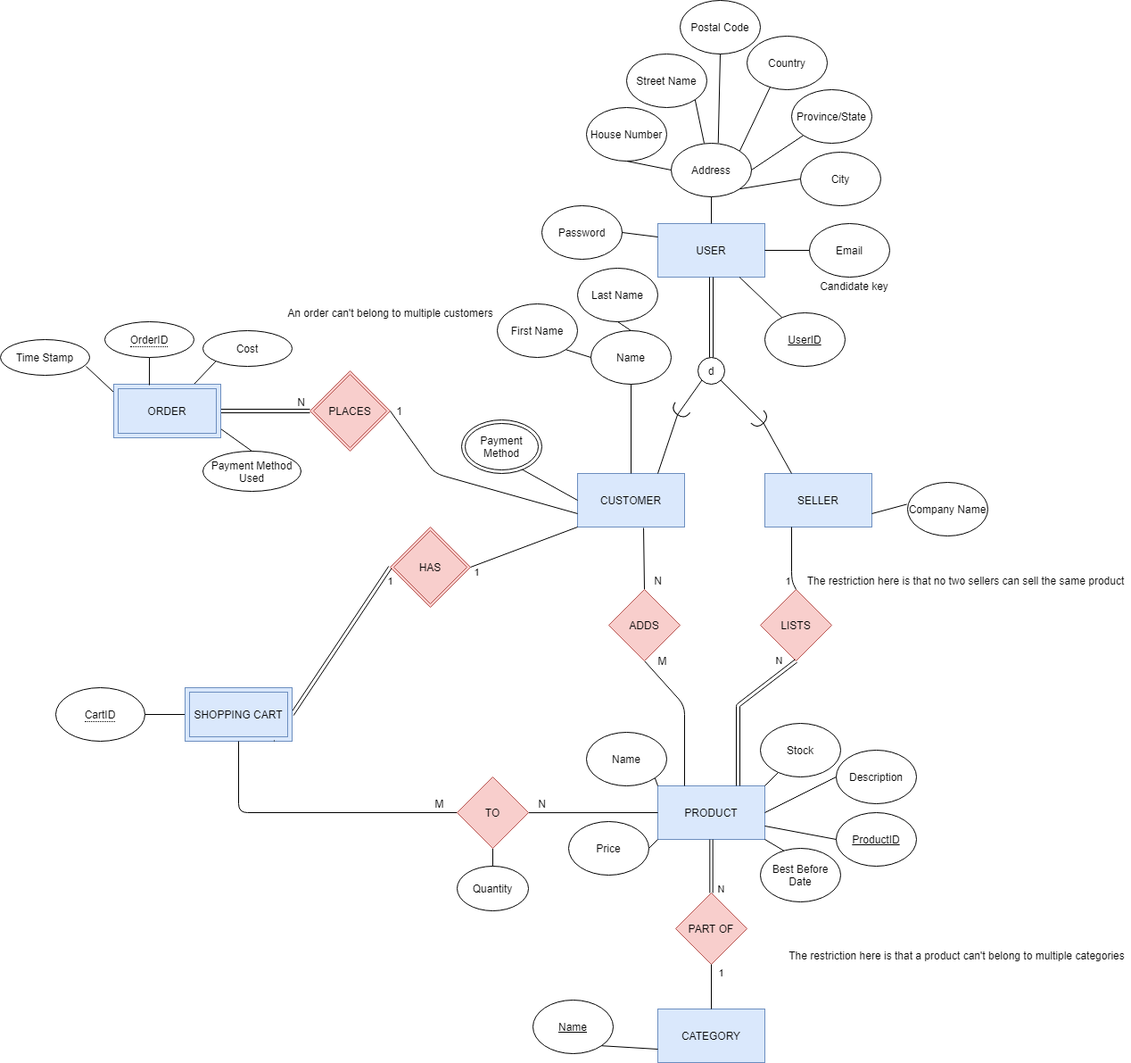
This is Phase1_EER.png from GrocerEase-354/GrocerEase, a draw.io export, as it was before one commit. Source tidied: cells renumbered, new cells last; positions are measured from the earlier drawing's top-left corner, leaving out a move shared by most shapes.
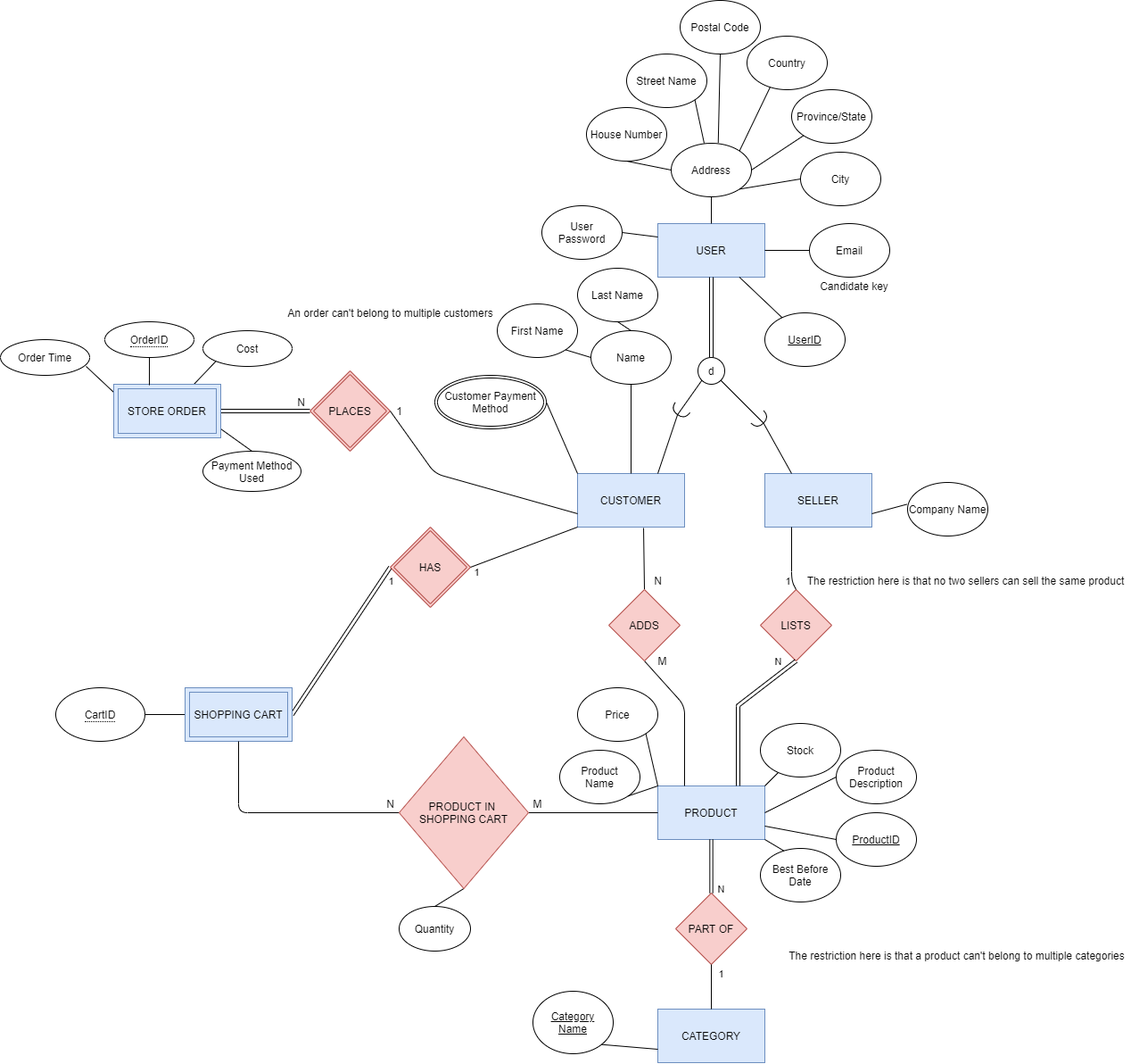
After the change.

Commit message:
Update ER diagram to reflect changes due to SQL dump

The edit, as a diff of the source:
```diff
@@ -170,12 +170,6 @@
     <mxCell id="51" style="endArrow=none;html=1;entryX=0;entryY=0.5;entryDx=0;entryDy=0;exitX=1;exitY=1;exitDx=0;exitDy=0;" parent="1" edge="1" source="40" target="45">
       <mxGeometry relative="1" as="geometry" />
     </mxCell>
-    <mxCell id="52" style="endArrow=none;html=1;entryX=0.744;entryY=0.917;entryDx=0;entryDy=0;exitX=0;exitY=0.5;exitDx=0;exitDy=0;entryPerimeter=0;" parent="1" edge="1" source="6" target="53">
-      <mxGeometry relative="1" as="geometry" />
-    </mxCell>
-    <mxCell id="53" value="&lt;span&gt;Payment Method&lt;/span&gt;" style="ellipse;shape=doubleEllipse;whiteSpace=wrap;html=1;" parent="1" vertex="1">
-      <mxGeometry x="517" y="470" width="90" height="60" as="geometry" />
-    </mxCell>
     <mxCell id="54" style="endArrow=none;html=1;" parent="1" edge="1" source="107" target="2">
       <mxGeometry relative="1" as="geometry" />
     </mxCell>
@@ -185,26 +179,23 @@
     <mxCell id="56" style="endArrow=none;html=1;entryX=1;entryY=0.75;entryDx=0;entryDy=0;exitX=-0.009;exitY=0.408;exitDx=0;exitDy=0;exitPerimeter=0;" parent="1" edge="1" source="55" target="5">
       <mxGeometry relative="1" as="geometry" />
     </mxCell>
-    <mxCell id="57" value="Name" style="ellipse;whiteSpace=wrap;html=1;" parent="1" vertex="1">
-      <mxGeometry x="657" y="820" width="90" height="60" as="geometry" />
+    <mxCell id="57" value="Product&lt;br&gt;Name" style="ellipse;whiteSpace=wrap;html=1;" parent="1" vertex="1">
+      <mxGeometry x="627" y="840" width="90" height="60" as="geometry" />
     </mxCell>
     <mxCell id="58" value="&lt;u&gt;ProductID&lt;/u&gt;" style="ellipse;whiteSpace=wrap;html=1;" parent="1" vertex="1">
       <mxGeometry x="937" y="910" width="90" height="60" as="geometry" />
     </mxCell>
     <mxCell id="59" value="Price" style="ellipse;whiteSpace=wrap;html=1;" parent="1" vertex="1">
-      <mxGeometry x="637" y="920" width="90" height="60" as="geometry" />
+      <mxGeometry x="647" y="770" width="90" height="60" as="geometry" />
     </mxCell>
     <mxCell id="60" style="endArrow=none;html=1;entryX=0;entryY=0;entryDx=0;entryDy=0;exitX=1;exitY=1;exitDx=0;exitDy=0;" parent="1" edge="1" source="57" target="3">
       <mxGeometry relative="1" as="geometry" />
     </mxCell>
-    <mxCell id="61" style="endArrow=none;html=1;entryX=0;entryY=1;entryDx=0;entryDy=0;exitX=1;exitY=0.5;exitDx=0;exitDy=0;" parent="1" edge="1" source="59" target="3">
-      <mxGeometry relative="1" as="geometry" />
-    </mxCell>
     <mxCell id="62" style="endArrow=none;html=1;entryX=0;entryY=0.5;entryDx=0;entryDy=0;exitX=1;exitY=0.75;exitDx=0;exitDy=0;" parent="1" edge="1" source="3" target="58">
       <mxGeometry relative="1" as="geometry" />
     </mxCell>
-    <mxCell id="63" value="&lt;u&gt;Name&lt;/u&gt;" style="ellipse;whiteSpace=wrap;html=1;" parent="1" vertex="1">
-      <mxGeometry x="597" y="1120" width="90" height="60" as="geometry" />
+    <mxCell id="63" value="&lt;u&gt;Category&lt;br&gt;Name&lt;br&gt;&lt;/u&gt;" style="ellipse;whiteSpace=wrap;html=1;" parent="1" vertex="1">
+      <mxGeometry x="597" y="1110" width="90" height="70" as="geometry" />
     </mxCell>
     <mxCell id="64" style="endArrow=none;html=1;entryX=0;entryY=0.75;entryDx=0;entryDy=0;exitX=1;exitY=1;exitDx=0;exitDy=0;" parent="1" edge="1" source="63" target="4">
       <mxGeometry relative="1" as="geometry" />
@@ -254,7 +245,7 @@
         <mxPoint x="247" y="480" as="targetPoint" />
       </mxGeometry>
     </mxCell>
-    <mxCell id="76" value="Time Stamp" style="ellipse;whiteSpace=wrap;html=1;align=center;" parent="1" vertex="1">
+    <mxCell id="76" value="Order Time" style="ellipse;whiteSpace=wrap;html=1;align=center;" parent="1" vertex="1">
       <mxGeometry y="380" width="100" height="40" as="geometry" />
     </mxCell>
     <mxCell id="77" style="endArrow=none;html=1;rounded=0;exitX=0.96;exitY=0.75;exitDx=0;exitDy=0;exitPerimeter=0;entryX=0.058;entryY=-0.017;entryDx=0;entryDy=0;entryPerimeter=0;" parent="1" edge="1" source="76">
@@ -273,7 +264,7 @@
     <mxCell id="80" value="SHOPPING CART" style="shape=ext;margin=3;double=1;whiteSpace=wrap;html=1;align=center;fillColor=#dae8fc;strokeColor=#6c8ebf;" parent="1" vertex="1">
       <mxGeometry x="207" y="770" width="120" height="60" as="geometry" />
     </mxCell>
-    <mxCell id="81" value="ORDER" style="shape=ext;margin=3;double=1;whiteSpace=wrap;html=1;align=center;fillColor=#dae8fc;strokeColor=#6c8ebf;" parent="1" vertex="1">
+    <mxCell id="81" value="STORE ORDER" style="shape=ext;margin=3;double=1;whiteSpace=wrap;html=1;align=center;fillColor=#dae8fc;strokeColor=#6c8ebf;" parent="1" vertex="1">
       <mxGeometry x="127" y="430" width="120" height="60" as="geometry" />
     </mxCell>
     <mxCell id="82" value="The restriction here is that no two sellers can sell the same product" style="text;html=1;align=center;verticalAlign=middle;" parent="1" vertex="1">
@@ -288,7 +279,7 @@
         <mxPoint x="307" y="830" as="targetPoint" />
       </mxGeometry>
     </mxCell>
-    <mxCell id="85" style="endArrow=none;html=1;entryX=0;entryY=0.5;entryDx=0;entryDy=0;exitX=-0.25;exitY=1.005;exitDx=0;exitDy=0;exitPerimeter=0;" parent="1" edge="1" source="91" target="3">
+    <mxCell id="85" style="endArrow=none;html=1;entryX=0;entryY=0.5;entryDx=0;entryDy=0;exitX=1;exitY=0.5;exitDx=0;exitDy=0;" parent="1" edge="1" source="99" target="3">
       <mxGeometry relative="1" as="geometry" />
     </mxCell>
     <mxCell id="86" style="endArrow=none;html=1;entryX=0;entryY=0.5;entryDx=0;entryDy=0;exitX=0.5;exitY=1;exitDx=0;exitDy=0;" parent="1" edge="1" source="80" target="99">
@@ -310,14 +301,8 @@
     <mxCell id="90" value="M" style="text;html=1;align=center;verticalAlign=middle;" parent="1" vertex="1">
       <mxGeometry x="727" y="730" width="30" height="20" as="geometry" />
     </mxCell>
-    <mxCell id="91" value="N" style="text;html=1;align=center;verticalAlign=middle;points=[];" parent="1" vertex="1">
-      <mxGeometry x="597" y="890" width="20" height="20" as="geometry" />
-    </mxCell>
-    <mxCell id="92" value="M" style="text;html=1;align=center;verticalAlign=middle;" parent="1" vertex="1">
-      <mxGeometry x="477" y="890" width="30" height="20" as="geometry" />
-    </mxCell>
     <mxCell id="93" value="Quantity" style="ellipse;whiteSpace=wrap;html=1;" parent="1" vertex="1">
-      <mxGeometry x="512" y="970" width="80" height="50" as="geometry" />
+      <mxGeometry x="447" y="1015" width="80" height="50" as="geometry" />
     </mxCell>
     <mxCell id="94" style="endArrow=none;html=1;exitX=0.5;exitY=0;exitDx=0;exitDy=0;entryX=0.5;entryY=1;entryDx=0;entryDy=0;" parent="1" edge="1" source="93" target="99">
       <mxGeometry relative="1" as="geometry" />
@@ -334,13 +319,13 @@
     <mxCell id="98" value="ADDS" style="rhombus;whiteSpace=wrap;html=1;fillColor=#f8cecc;strokeColor=#b85450;" parent="1" vertex="1">
       <mxGeometry x="682" y="660" width="80" height="80" as="geometry" />
     </mxCell>
-    <mxCell id="99" value="TO" style="rhombus;whiteSpace=wrap;html=1;fillColor=#f8cecc;strokeColor=#b85450;" parent="1" vertex="1">
-      <mxGeometry x="512" y="870" width="80" height="80" as="geometry" />
+    <mxCell id="99" value="PRODUCT IN&amp;nbsp;&lt;br&gt;SHOPPING CART" style="rhombus;whiteSpace=wrap;html=1;fillColor=#f8cecc;strokeColor=#b85450;" parent="1" vertex="1">
+      <mxGeometry x="447" y="825" width="145" height="170" as="geometry" />
     </mxCell>
     <mxCell id="100" value="Candidate key" style="text;html=1;align=center;verticalAlign=middle;" parent="1" vertex="1">
       <mxGeometry x="912" y="310" width="90" height="20" as="geometry" />
     </mxCell>
-    <mxCell id="101" value="Description" style="ellipse;whiteSpace=wrap;html=1;" parent="1" vertex="1">
+    <mxCell id="101" value="Product&lt;br&gt;Description" style="ellipse;whiteSpace=wrap;html=1;" parent="1" vertex="1">
       <mxGeometry x="937" y="840" width="90" height="60" as="geometry" />
     </mxCell>
     <mxCell id="102" style="endArrow=none;html=1;exitX=1;exitY=0.5;exitDx=0;exitDy=0;entryX=0;entryY=0.5;entryDx=0;entryDy=0;" parent="1" edge="1" source="3" target="101">
@@ -354,7 +339,7 @@
         <mxPoint x="857" y="940" as="sourcePoint" />
       </mxGeometry>
     </mxCell>
-    <mxCell id="105" value="Password" style="ellipse;whiteSpace=wrap;html=1;" parent="1" vertex="1">
+    <mxCell id="105" value="User&lt;br&gt;Password" style="ellipse;whiteSpace=wrap;html=1;" parent="1" vertex="1">
       <mxGeometry x="607" y="230" width="90" height="60" as="geometry" />
     </mxCell>
     <mxCell id="106" style="endArrow=none;html=1;entryX=0;entryY=0.25;entryDx=0;entryDy=0;exitX=1;exitY=0.5;exitDx=0;exitDy=0;" parent="1" edge="1" source="105" target="2">
@@ -363,5 +348,20 @@
     <mxCell id="107" value="&lt;u&gt;UserID&lt;/u&gt;" style="ellipse;whiteSpace=wrap;html=1;" parent="1" vertex="1">
       <mxGeometry x="857" y="350" width="90" height="60" as="geometry" />
     </mxCell>
+    <mxCell id="108" style="endArrow=none;html=1;entryX=1;entryY=1;entryDx=0;entryDy=0;exitX=0;exitY=0;exitDx=0;exitDy=0;" parent="1" edge="1" source="3" target="59">
+      <mxGeometry relative="1" as="geometry" />
+    </mxCell>
+    <mxCell id="109" style="endArrow=none;html=1;exitX=0;exitY=0;exitDx=0;exitDy=0;entryX=1;entryY=0.5;entryDx=0;entryDy=0;" parent="1" edge="1" source="6" target="110">
+      <mxGeometry relative="1" as="geometry" />
+    </mxCell>
+    <mxCell id="110" value="Customer Payment&lt;br&gt;Method" style="ellipse;shape=doubleEllipse;margin=3;whiteSpace=wrap;html=1;align=center;" parent="1" vertex="1">
+      <mxGeometry x="487" y="420" width="125" height="60" as="geometry" />
+    </mxCell>
+    <mxCell id="91" value="N" style="text;html=1;align=center;verticalAlign=middle;points=[];" parent="1" vertex="1">
+      <mxGeometry x="427" y="890" width="20" height="20" as="geometry" />
+    </mxCell>
+    <mxCell id="92" value="M" style="text;html=1;align=center;verticalAlign=middle;" parent="1" vertex="1">
+      <mxGeometry x="587" y="890" width="30" height="20" as="geometry" />
+    </mxCell>
   </root>
 </mxGraphModel>
```
